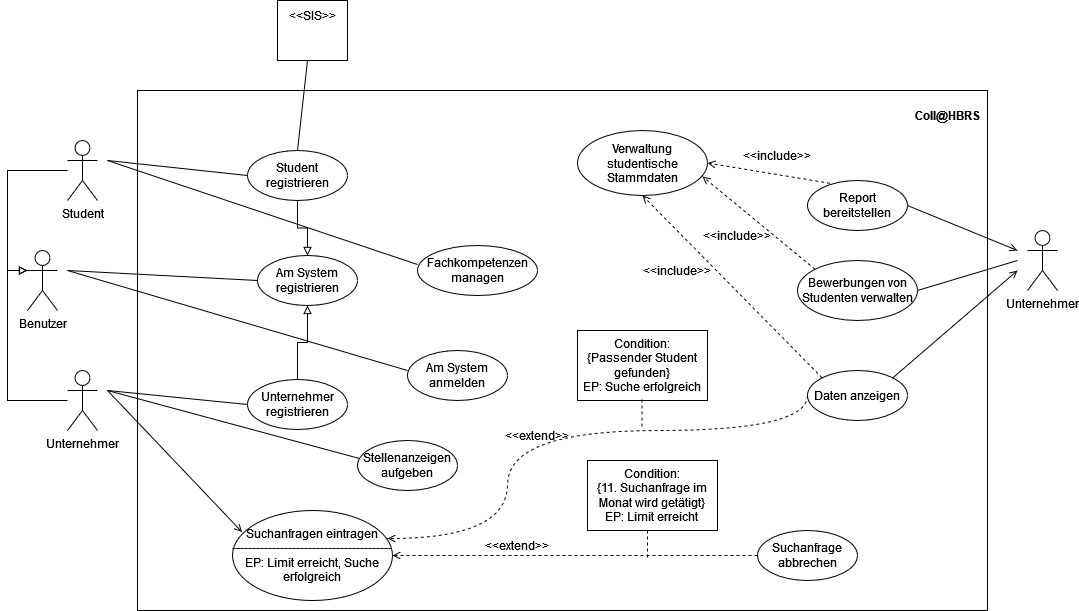
This is src/org/hbrs/se1/ws22/uebung5/Aufgabe5-1.drawio.png from fitnesstino/WS22-SE1, a draw.io export, as it was before one commit. Source tidied: cells renumbered, new cells last; positions are measured from the earlier drawing's top-left corner, leaving out a move shared by most shapes.
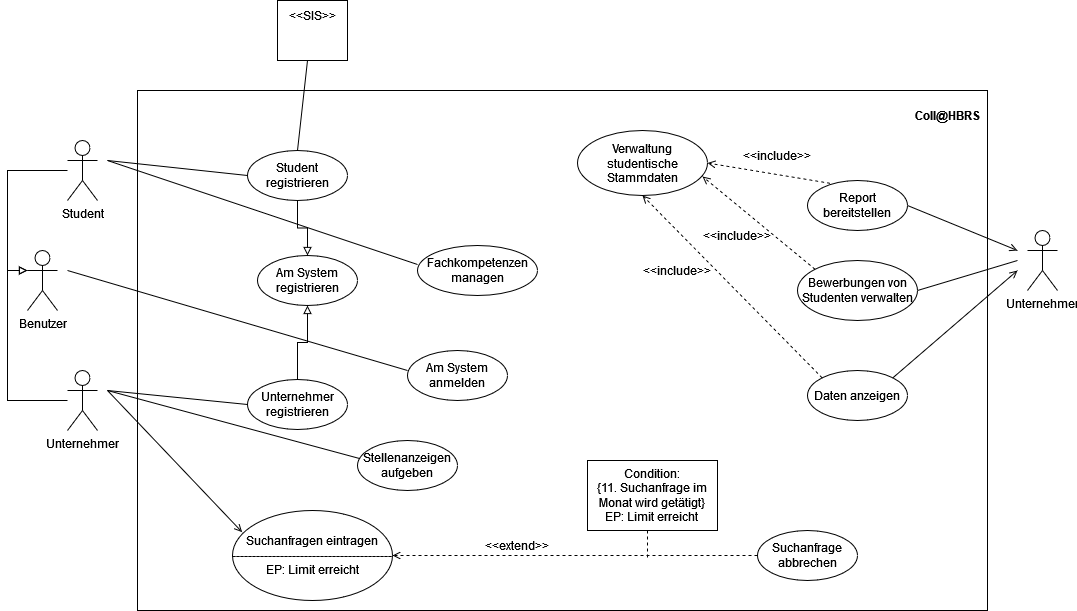
After the change.

Diff of the diagram source:
```diff
@@ -28,11 +28,6 @@
     <mxCell id="9" value="Am System registrieren" style="ellipse;whiteSpace=wrap;html=1;fillColor=none;" parent="1" vertex="1">
       <mxGeometry x="230" y="255" width="100" height="50" as="geometry" />
     </mxCell>
-    <mxCell id="10" style="endArrow=none;html=1;rounded=0;entryX=0;entryY=0.5;entryDx=0;entryDy=0;" parent="1" edge="1" target="9">
-      <mxGeometry relative="1" as="geometry">
-        <mxPoint x="40" y="270" as="sourcePoint" />
-      </mxGeometry>
-    </mxCell>
     <mxCell id="11" style="edgeStyle=orthogonalEdgeStyle;rounded=0;jettySize=auto;html=1;entryX=0.5;entryY=0;entryDx=0;entryDy=0;endArrow=block;endFill=0;" parent="1" edge="1" source="12" target="9">
       <mxGeometry relative="1" as="geometry" />
     </mxCell>
@@ -95,7 +90,7 @@
         <mxPoint x="80" y="390" as="sourcePoint" />
       </mxGeometry>
     </mxCell>
-    <mxCell id="26" value="&lt;div&gt;Suchanfragen eintragen&lt;/div&gt;&lt;div&gt;----------------------------------------&lt;/div&gt;EP: Limit erreicht, Suche erfolgreich" style="ellipse;whiteSpace=wrap;html=1;fillColor=none;" parent="1" vertex="1">
+    <mxCell id="26" value="&lt;div&gt;Suchanfragen eintragen&lt;/div&gt;&lt;div&gt;----------------------------------------&lt;/div&gt;EP: Limit erreicht" style="ellipse;whiteSpace=wrap;html=1;fillColor=none;" parent="1" vertex="1">
       <mxGeometry x="205" y="510" width="160" height="90" as="geometry" />
     </mxCell>
     <mxCell id="27" style="edgeStyle=orthogonalEdgeStyle;rounded=0;jettySize=auto;html=1;entryX=1;entryY=0.5;entryDx=0;entryDy=0;endArrow=open;endFill=0;dashed=1;" parent="1" edge="1" source="28" target="26">
@@ -145,34 +140,12 @@
         <mxPoint x="990" y="270" as="targetPoint" />
       </mxGeometry>
     </mxCell>
-    <mxCell id="38" style="edgeStyle=orthogonalEdgeStyle;jettySize=auto;html=1;entryX=0.969;entryY=0.311;entryDx=0;entryDy=0;endArrow=open;endFill=0;dashed=1;entryPerimeter=0;curved=1;" parent="1" edge="1" target="26">
-      <mxGeometry relative="1" as="geometry">
-        <mxPoint x="780" y="395" as="sourcePoint" />
-        <Array as="points">
-          <mxPoint x="780" y="430" />
-          <mxPoint x="480" y="430" />
-          <mxPoint x="480" y="538" />
-        </Array>
-      </mxGeometry>
-    </mxCell>
-    <mxCell id="39" value="&lt;div&gt;Condition:&lt;/div&gt;&lt;div&gt;{Passender Student gefunden}&lt;/div&gt;&lt;div&gt;EP: Suche erfolgreich&lt;br&gt;&lt;/div&gt;" style="rounded=0;whiteSpace=wrap;html=1;fillColor=none;" parent="1" vertex="1">
-      <mxGeometry x="550" y="330" width="130" height="70" as="geometry" />
-    </mxCell>
-    <mxCell id="40" style="edgeStyle=orthogonalEdgeStyle;rounded=0;orthogonalLoop=1;jettySize=auto;html=1;endArrow=none;endFill=0;dashed=1;" parent="1" edge="1">
-      <mxGeometry relative="1" as="geometry">
-        <mxPoint x="614.5" y="399" as="sourcePoint" />
-        <mxPoint x="614.5" y="429" as="targetPoint" />
-      </mxGeometry>
-    </mxCell>
     <mxCell id="41" value="Verwaltung studentische Stammdaten" style="ellipse;whiteSpace=wrap;html=1;fillColor=none;" parent="1" vertex="1">
       <mxGeometry x="550" y="130" width="130" height="65" as="geometry" />
     </mxCell>
     <mxCell id="42" value="&amp;lt;&amp;lt;extend&amp;gt;&amp;gt;" style="text;html=1;strokeColor=none;fillColor=none;align=center;verticalAlign=middle;whiteSpace=wrap;rounded=0;" parent="1" vertex="1">
       <mxGeometry x="460" y="530" width="60" height="30" as="geometry" />
     </mxCell>
-    <mxCell id="43" value="&amp;lt;&amp;lt;extend&amp;gt;&amp;gt;" style="text;html=1;strokeColor=none;fillColor=none;align=center;verticalAlign=middle;whiteSpace=wrap;rounded=0;" parent="1" vertex="1">
-      <mxGeometry x="480" y="420" width="60" height="30" as="geometry" />
-    </mxCell>
     <mxCell id="44" style="endArrow=open;html=1;dashed=1;curved=1;entryX=0.5;entryY=1;entryDx=0;entryDy=0;exitX=0;exitY=0;exitDx=0;exitDy=0;endFill=0;" parent="1" edge="1" source="36" target="41">
       <mxGeometry relative="1" as="geometry" />
     </mxCell>
```
